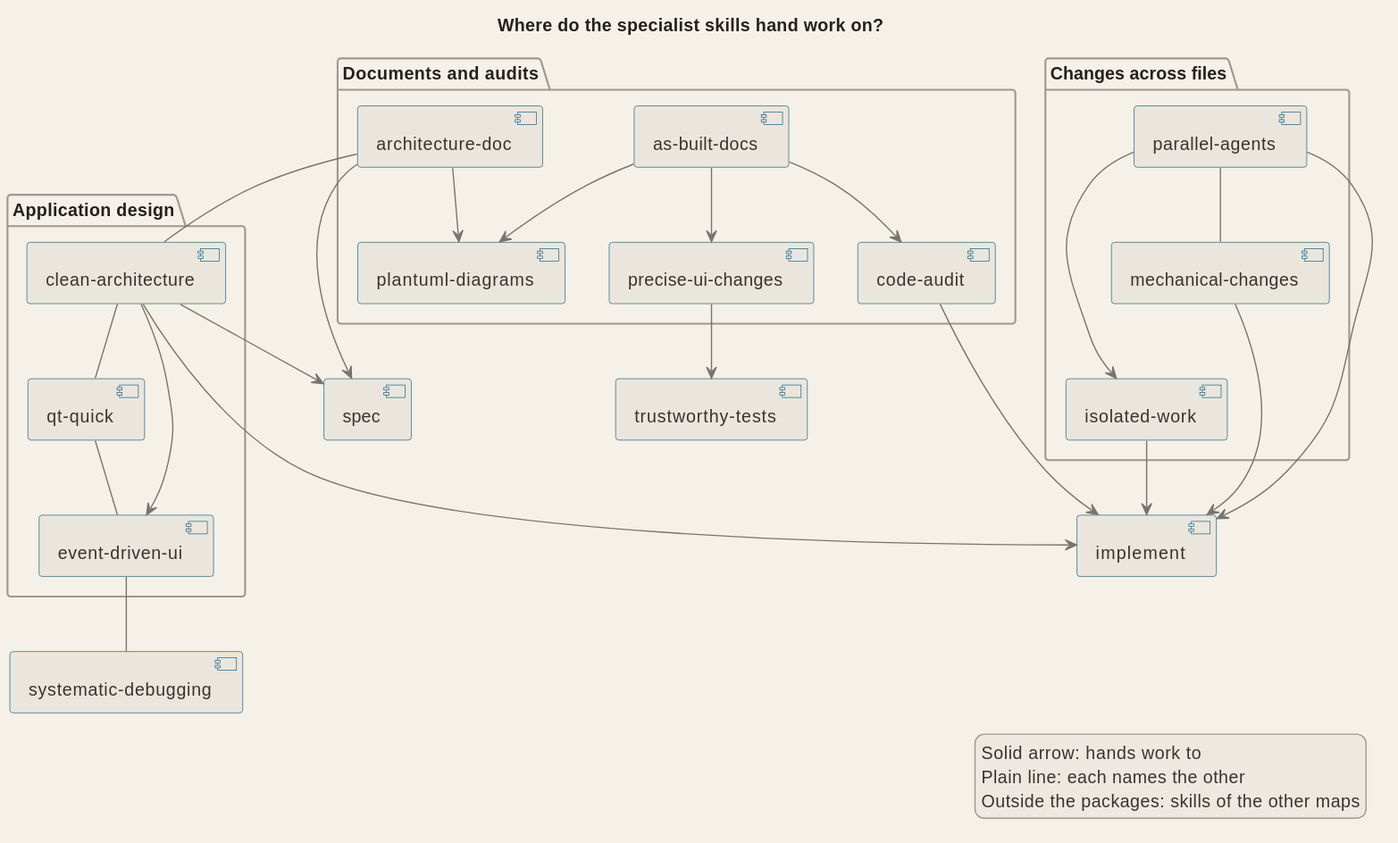
Before: docs/diagrams/arch_skills_specialist.svg, a diagram exported from PlantUML (signorenne/dotagents).
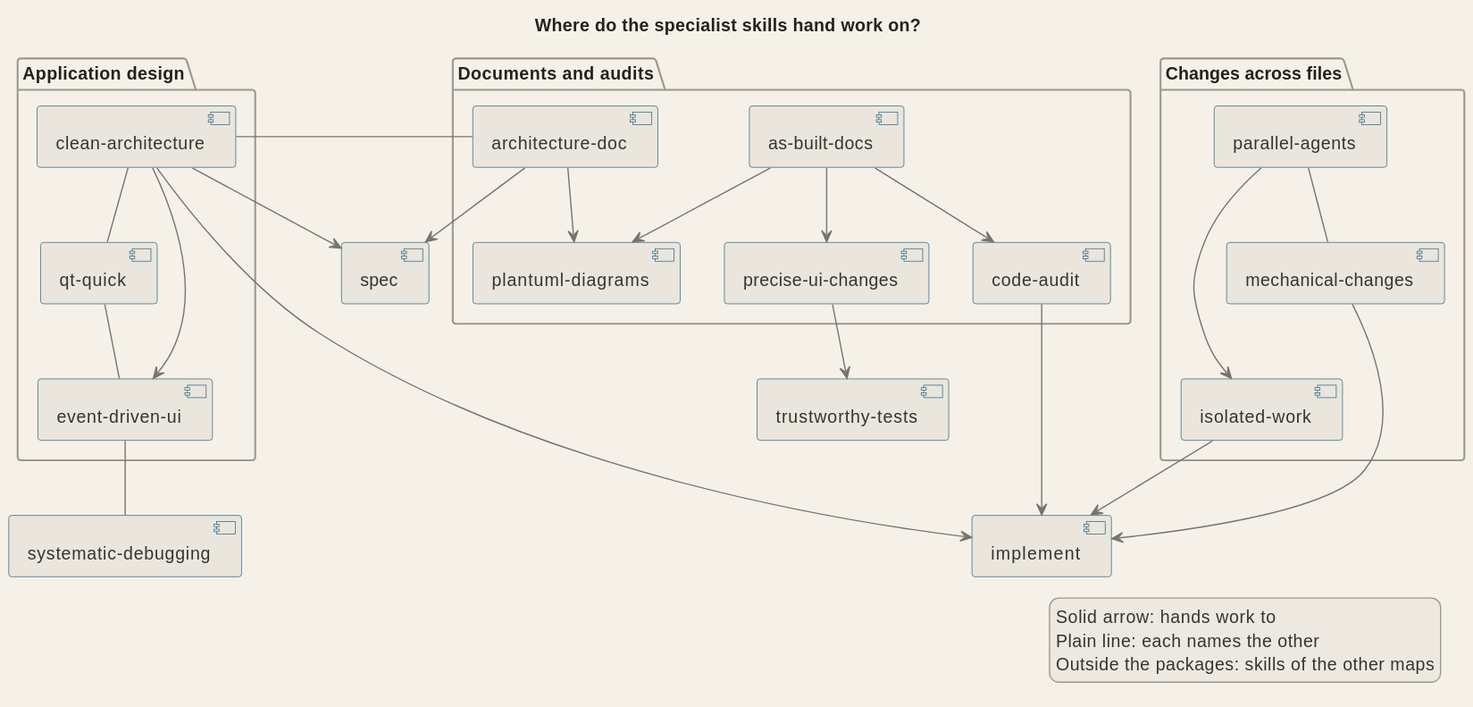
Later version of the same file.

Commit message:
docs(architecture): draw the specialist map without crossings and leave the direct parallel-agents edge to the table

The edit, as a diff of the source:
```diff
@@ -32,13 +32,12 @@
 asbuilt --> preciseui
 asbuilt --> audit
 archdoc --> spec
-archdoc -- clean
+clean -right- archdoc
 audit --> implement
 preciseui --> tests
 
 parallel -- mech
 mech --> implement
-parallel --> implement
 parallel ---> isolated
 isolated --> implement
 mech -[hidden]down- isolated
@@ -49,6 +48,7 @@
 events -- debug
 clean --> spec
 clean ---> implement
+tests -[hidden]down- implement
 
 legend right
   Solid arrow: hands work to
```
